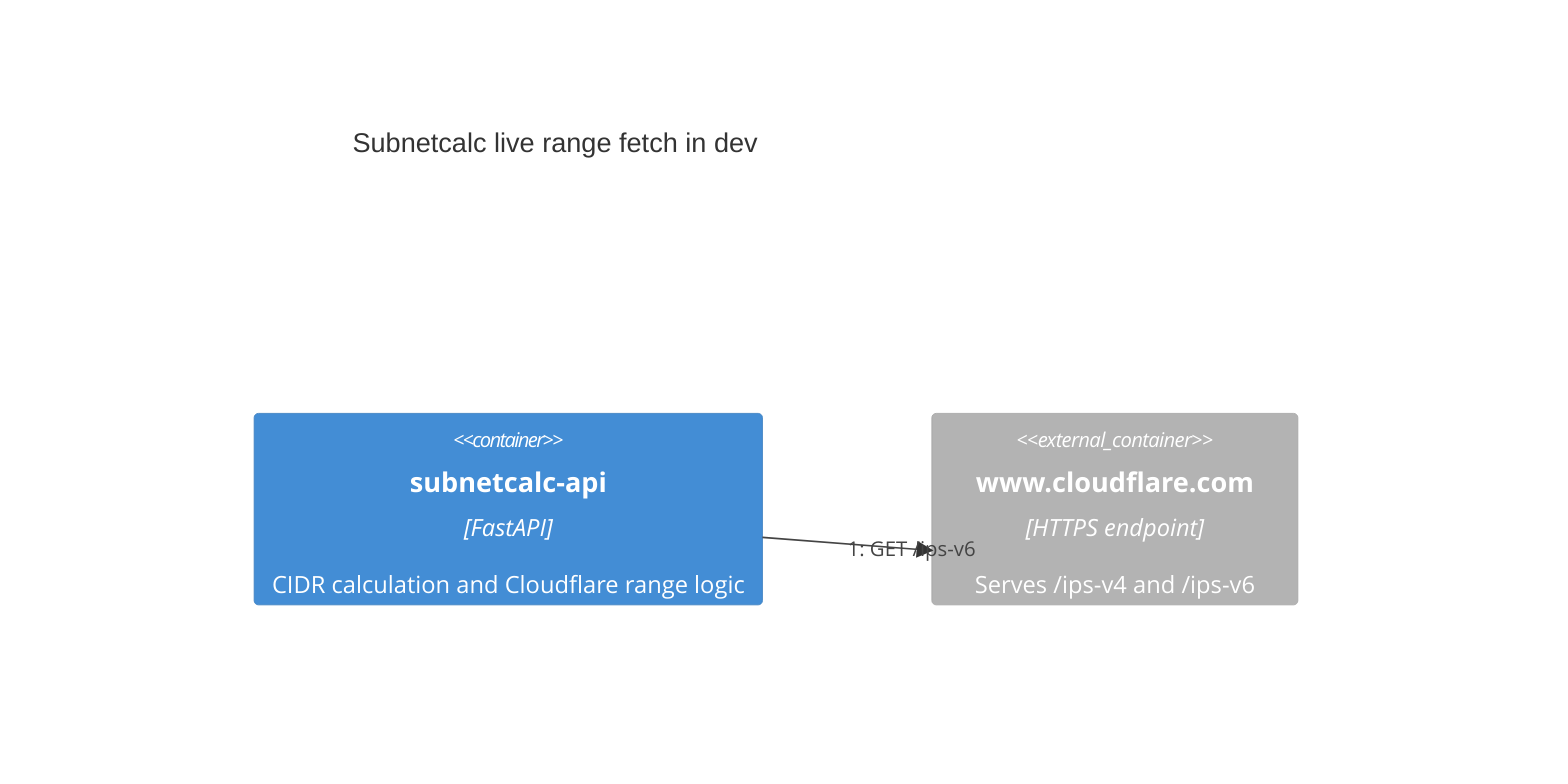
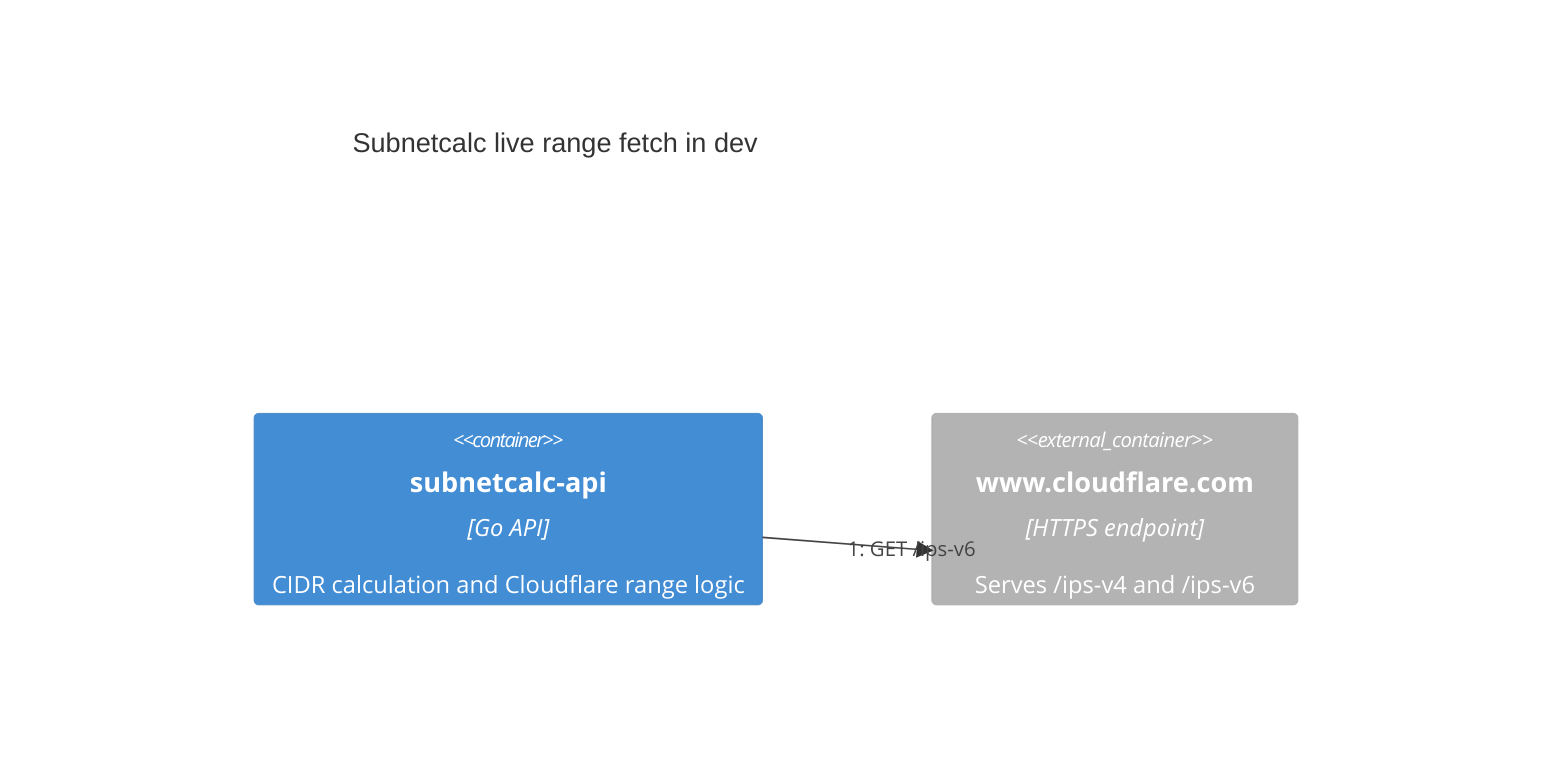
%%{init: {"theme": "base", "themeVariables": {"background": "#ffffff"}}}%%
C4Dynamic
    title Subnetcalc live range fetch in dev

-     Container(api, "subnetcalc-api", "FastAPI", "CIDR calculation and Cloudflare range logic")
+     Container(api, "subnetcalc-api", "Go API", "CIDR calculation and Cloudflare range logic")
    Container_Ext(cloudflare, "www.cloudflare.com", "HTTPS endpoint", "Serves /ips-v4 and /ips-v6")

    RelIndex(1, api, cloudflare, "GET /ips-v4")
    RelIndex(2, api, cloudflare, "GET /ips-v6")
    UpdateLayoutConfig($c4ShapeInRow="2", $c4BoundaryInRow="1")
